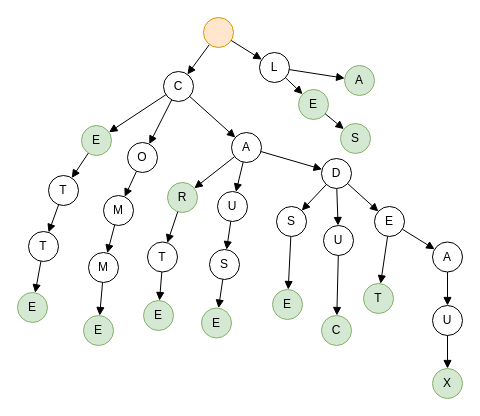
Above: docs/assets/images/trie.drawio in heig-tin-info/handbook (draw.io), before the change. Source tidied: cells renumbered, new cells numbered last; positions are measured from the earlier drawing's top-left corner, leaving out a move shared by most shapes. Both pictures are drawn from the tidied source at 100%, with x=0, y=0 at pixel (17, 17).
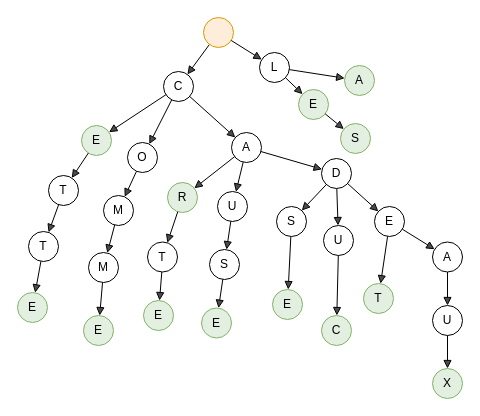
The same page after the edit.

What changed in the source:
```diff
@@
-    <mxCell id="2" style="endArrow=block;html=1;rounded=0;endFill=1;" parent="1" edge="1" source="3" target="4">
+    <mxCell id="2" style="endArrow=block;html=1;rounded=0;endFill=1;fillOpacity=70;" parent="1" edge="1" source="3" target="4">
       <mxGeometry relative="1" as="geometry" />
     </mxCell>
-    <mxCell id="3" style="ellipse;whiteSpace=wrap;html=1;fillColor=#ffe6cc;strokeColor=#d79b00;" parent="1" vertex="1">
+    <mxCell id="3" style="ellipse;whiteSpace=wrap;html=1;fillColor=#ffe6cc;strokeColor=#d79b00;fillOpacity=70;" parent="1" vertex="1">
       <mxGeometry x="186" width="30" height="30" as="geometry" />
     </mxCell>
-    <mxCell id="4" value="C" style="ellipse;whiteSpace=wrap;html=1;" parent="1" vertex="1">
+    <mxCell id="4" value="C" style="ellipse;whiteSpace=wrap;html=1;fillColor=none;fillOpacity=70;" parent="1" vertex="1">
       <mxGeometry x="146" y="54" width="30" height="30" as="geometry" />
     </mxCell>
-    <mxCell id="5" value="E" style="ellipse;whiteSpace=wrap;html=1;fillColor=#d5e8d4;strokeColor=#82b366;" parent="1" vertex="1">
+    <mxCell id="5" value="E" style="ellipse;whiteSpace=wrap;html=1;fillColor=#d5e8d4;strokeColor=#82b366;fillOpacity=70;" parent="1" vertex="1">
       <mxGeometry x="64" y="108" width="30" height="30" as="geometry" />
     </mxCell>
-    <mxCell id="6" value="O" style="ellipse;whiteSpace=wrap;html=1;" parent="1" vertex="1">
+    <mxCell id="6" value="O" style="ellipse;whiteSpace=wrap;html=1;fillColor=none;fillOpacity=70;" parent="1" vertex="1">
       <mxGeometry x="110" y="125" width="30" height="30" as="geometry" />
     </mxCell>
-    <mxCell id="7" value="A" style="ellipse;whiteSpace=wrap;html=1;" parent="1" vertex="1">
+    <mxCell id="7" value="A" style="ellipse;whiteSpace=wrap;html=1;fillColor=none;fillOpacity=70;" parent="1" vertex="1">
       <mxGeometry x="214" y="115" width="30" height="30" as="geometry" />
     </mxCell>
-    <mxCell id="8" value="E" style="ellipse;whiteSpace=wrap;html=1;fillColor=#d5e8d4;strokeColor=#82b366;" parent="1" vertex="1">
+    <mxCell id="8" value="E" style="ellipse;whiteSpace=wrap;html=1;fillColor=#d5e8d4;strokeColor=#82b366;fillOpacity=70;" parent="1" vertex="1">
       <mxGeometry y="275" width="30" height="30" as="geometry" />
     </mxCell>
-    <mxCell id="9" value="T" style="ellipse;whiteSpace=wrap;html=1;" parent="1" vertex="1">
+    <mxCell id="9" value="T" style="ellipse;whiteSpace=wrap;html=1;fillColor=none;fillOpacity=70;" parent="1" vertex="1">
       <mxGeometry x="31" y="158" width="30" height="30" as="geometry" />
     </mxCell>
-    <mxCell id="10" value="T" style="ellipse;whiteSpace=wrap;html=1;" parent="1" vertex="1">
+    <mxCell id="10" value="T" style="ellipse;whiteSpace=wrap;html=1;fillColor=none;fillOpacity=70;" parent="1" vertex="1">
       <mxGeometry x="11" y="214" width="30" height="30" as="geometry" />
     </mxCell>
-    <mxCell id="11" style="endArrow=block;html=1;rounded=0;endFill=1;" parent="1" edge="1" source="4" target="5">
+    <mxCell id="11" style="endArrow=block;html=1;rounded=0;endFill=1;fillOpacity=70;" parent="1" edge="1" source="4" target="5">
       <mxGeometry relative="1" as="geometry" />
     </mxCell>
-    <mxCell id="12" style="endArrow=block;html=1;rounded=0;endFill=1;" parent="1" edge="1" source="5" target="9">
+    <mxCell id="12" style="endArrow=block;html=1;rounded=0;endFill=1;fillOpacity=70;" parent="1" edge="1" source="5" target="9">
       <mxGeometry relative="1" as="geometry" />
     </mxCell>
-    <mxCell id="13" style="endArrow=block;html=1;rounded=0;endFill=1;" parent="1" edge="1" source="9" target="10">
+    <mxCell id="13" style="endArrow=block;html=1;rounded=0;endFill=1;fillOpacity=70;" parent="1" edge="1" source="9" target="10">
       <mxGeometry relative="1" as="geometry" />
     </mxCell>
-    <mxCell id="14" style="endArrow=block;html=1;rounded=0;endFill=1;" parent="1" edge="1" source="10" target="8">
+    <mxCell id="14" style="endArrow=block;html=1;rounded=0;endFill=1;fillOpacity=70;" parent="1" edge="1" source="10" target="8">
       <mxGeometry relative="1" as="geometry" />
     </mxCell>
-    <mxCell id="15" value="E" style="ellipse;whiteSpace=wrap;html=1;fillColor=#d5e8d4;strokeColor=#82b366;" parent="1" vertex="1">
+    <mxCell id="15" value="E" style="ellipse;whiteSpace=wrap;html=1;fillColor=#d5e8d4;strokeColor=#82b366;fillOpacity=70;" parent="1" vertex="1">
       <mxGeometry x="66" y="298" width="30" height="30" as="geometry" />
     </mxCell>
-    <mxCell id="16" value="M" style="ellipse;whiteSpace=wrap;html=1;" parent="1" vertex="1">
+    <mxCell id="16" value="M" style="ellipse;whiteSpace=wrap;html=1;fillColor=none;fillOpacity=70;" parent="1" vertex="1">
       <mxGeometry x="86" y="178" width="30" height="30" as="geometry" />
     </mxCell>
-    <mxCell id="17" value="M" style="ellipse;whiteSpace=wrap;html=1;" parent="1" vertex="1">
+    <mxCell id="17" value="M" style="ellipse;whiteSpace=wrap;html=1;fillColor=none;fillOpacity=70;" parent="1" vertex="1">
       <mxGeometry x="71" y="235" width="30" height="30" as="geometry" />
     </mxCell>
-    <mxCell id="18" style="endArrow=block;html=1;rounded=0;endFill=1;" parent="1" edge="1" source="6" target="16">
+    <mxCell id="18" style="endArrow=block;html=1;rounded=0;endFill=1;fillOpacity=70;" parent="1" edge="1" source="6" target="16">
       <mxGeometry relative="1" as="geometry" />
     </mxCell>
-    <mxCell id="19" style="endArrow=block;html=1;rounded=0;endFill=1;" parent="1" edge="1" source="16" target="17">
+    <mxCell id="19" style="endArrow=block;html=1;rounded=0;endFill=1;fillOpacity=70;" parent="1" edge="1" source="16" target="17">
       <mxGeometry relative="1" as="geometry" />
     </mxCell>
-    <mxCell id="20" style="endArrow=block;html=1;rounded=0;endFill=1;" parent="1" edge="1" source="17" target="15">
+    <mxCell id="20" style="endArrow=block;html=1;rounded=0;endFill=1;fillOpacity=70;" parent="1" edge="1" source="17" target="15">
       <mxGeometry relative="1" as="geometry" />
     </mxCell>
-    <mxCell id="21" style="endArrow=block;html=1;rounded=0;endFill=1;" parent="1" edge="1" source="4" target="6">
+    <mxCell id="21" style="endArrow=block;html=1;rounded=0;endFill=1;fillOpacity=70;" parent="1" edge="1" source="4" target="6">
       <mxGeometry relative="1" as="geometry" />
     </mxCell>
-    <mxCell id="22" value="E" style="ellipse;whiteSpace=wrap;html=1;fillColor=#d5e8d4;strokeColor=#82b366;" parent="1" vertex="1">
+    <mxCell id="22" value="E" style="ellipse;whiteSpace=wrap;html=1;fillColor=#d5e8d4;strokeColor=#82b366;fillOpacity=70;" parent="1" vertex="1">
       <mxGeometry x="126" y="283" width="30" height="30" as="geometry" />
     </mxCell>
-    <mxCell id="23" value="R" style="ellipse;whiteSpace=wrap;html=1;fillColor=#d5e8d4;strokeColor=#82b366;" parent="1" vertex="1">
+    <mxCell id="23" value="R" style="ellipse;whiteSpace=wrap;html=1;fillColor=#d5e8d4;strokeColor=#82b366;fillOpacity=70;" parent="1" vertex="1">
       <mxGeometry x="150" y="165" width="30" height="30" as="geometry" />
     </mxCell>
-    <mxCell id="24" value="T" style="ellipse;whiteSpace=wrap;html=1;" parent="1" vertex="1">
+    <mxCell id="24" value="T" style="ellipse;whiteSpace=wrap;html=1;fillColor=none;fillOpacity=70;" parent="1" vertex="1">
       <mxGeometry x="130" y="224.5" width="30" height="30" as="geometry" />
     </mxCell>
-    <mxCell id="25" style="endArrow=block;html=1;rounded=0;endFill=1;" parent="1" edge="1" source="7" target="23">
+    <mxCell id="25" style="endArrow=block;html=1;rounded=0;endFill=1;fillOpacity=70;" parent="1" edge="1" source="7" target="23">
       <mxGeometry relative="1" as="geometry" />
     </mxCell>
-    <mxCell id="26" style="endArrow=block;html=1;rounded=0;endFill=1;" parent="1" edge="1" source="23" target="24">
+    <mxCell id="26" style="endArrow=block;html=1;rounded=0;endFill=1;fillOpacity=70;" parent="1" edge="1" source="23" target="24">
       <mxGeometry relative="1" as="geometry" />
     </mxCell>
-    <mxCell id="27" style="endArrow=block;html=1;rounded=0;endFill=1;" parent="1" edge="1" source="24" target="22">
+    <mxCell id="27" style="endArrow=block;html=1;rounded=0;endFill=1;fillOpacity=70;" parent="1" edge="1" source="24" target="22">
       <mxGeometry relative="1" as="geometry" />
     </mxCell>
-    <mxCell id="28" style="endArrow=block;html=1;rounded=0;endFill=1;" parent="1" edge="1" source="4" target="7">
+    <mxCell id="28" style="endArrow=block;html=1;rounded=0;endFill=1;fillOpacity=70;" parent="1" edge="1" source="4" target="7">
       <mxGeometry relative="1" as="geometry" />
     </mxCell>
-    <mxCell id="29" value="E" style="ellipse;whiteSpace=wrap;html=1;fillColor=#d5e8d4;strokeColor=#82b366;" parent="1" vertex="1">
+    <mxCell id="29" value="E" style="ellipse;whiteSpace=wrap;html=1;fillColor=#d5e8d4;strokeColor=#82b366;fillOpacity=70;" parent="1" vertex="1">
       <mxGeometry x="184" y="290.5" width="30" height="30" as="geometry" />
     </mxCell>
-    <mxCell id="30" value="U" style="ellipse;whiteSpace=wrap;html=1;" parent="1" vertex="1">
+    <mxCell id="30" value="U" style="ellipse;whiteSpace=wrap;html=1;fillColor=none;fillOpacity=70;" parent="1" vertex="1">
       <mxGeometry x="200" y="174" width="30" height="30" as="geometry" />
     </mxCell>
-    <mxCell id="31" value="S" style="ellipse;whiteSpace=wrap;html=1;" parent="1" vertex="1">
+    <mxCell id="31" value="S" style="ellipse;whiteSpace=wrap;html=1;fillColor=none;fillOpacity=70;" parent="1" vertex="1">
       <mxGeometry x="192" y="232" width="30" height="30" as="geometry" />
     </mxCell>
-    <mxCell id="32" style="endArrow=block;html=1;rounded=0;endFill=1;" parent="1" edge="1" source="7" target="30">
+    <mxCell id="32" style="endArrow=block;html=1;rounded=0;endFill=1;fillOpacity=70;" parent="1" edge="1" source="7" target="30">
       <mxGeometry relative="1" as="geometry" />
     </mxCell>
-    <mxCell id="33" style="endArrow=block;html=1;rounded=0;endFill=1;" parent="1" edge="1" source="30" target="31">
+    <mxCell id="33" style="endArrow=block;html=1;rounded=0;endFill=1;fillOpacity=70;" parent="1" edge="1" source="30" target="31">
       <mxGeometry relative="1" as="geometry" />
     </mxCell>
-    <mxCell id="34" style="endArrow=block;html=1;rounded=0;endFill=1;" parent="1" edge="1" source="31" target="29">
+    <mxCell id="34" style="endArrow=block;html=1;rounded=0;endFill=1;fillOpacity=70;" parent="1" edge="1" source="31" target="29">
       <mxGeometry relative="1" as="geometry" />
     </mxCell>
-    <mxCell id="35" value="E" style="ellipse;whiteSpace=wrap;html=1;fillColor=#d5e8d4;strokeColor=#82b366;" parent="1" vertex="1">
+    <mxCell id="35" value="E" style="ellipse;whiteSpace=wrap;html=1;fillColor=#d5e8d4;strokeColor=#82b366;fillOpacity=70;" parent="1" vertex="1">
       <mxGeometry x="255" y="272" width="30" height="30" as="geometry" />
     </mxCell>
-    <mxCell id="36" value="D" style="ellipse;whiteSpace=wrap;html=1;" parent="1" vertex="1">
+    <mxCell id="36" value="D" style="ellipse;whiteSpace=wrap;html=1;fillColor=none;fillOpacity=70;" parent="1" vertex="1">
       <mxGeometry x="304" y="141" width="30" height="30" as="geometry" />
     </mxCell>
-    <mxCell id="37" value="S" style="ellipse;whiteSpace=wrap;html=1;" parent="1" vertex="1">
+    <mxCell id="37" value="S" style="ellipse;whiteSpace=wrap;html=1;fillColor=none;fillOpacity=70;" parent="1" vertex="1">
       <mxGeometry x="259" y="189" width="30" height="30" as="geometry" />
     </mxCell>
-    <mxCell id="38" style="endArrow=block;html=1;rounded=0;endFill=1;" parent="1" edge="1" source="7" target="36">
+    <mxCell id="38" style="endArrow=block;html=1;rounded=0;endFill=1;fillOpacity=70;" parent="1" edge="1" source="7" target="36">
       <mxGeometry relative="1" as="geometry" />
     </mxCell>
-    <mxCell id="39" style="endArrow=block;html=1;rounded=0;endFill=1;" parent="1" edge="1" source="36" target="37">
+    <mxCell id="39" style="endArrow=block;html=1;rounded=0;endFill=1;fillOpacity=70;" parent="1" edge="1" source="36" target="37">
       <mxGeometry relative="1" as="geometry" />
     </mxCell>
-    <mxCell id="40" style="endArrow=block;html=1;rounded=0;endFill=1;" parent="1" edge="1" source="37" target="35">
+    <mxCell id="40" style="endArrow=block;html=1;rounded=0;endFill=1;fillOpacity=70;" parent="1" edge="1" source="37" target="35">
       <mxGeometry relative="1" as="geometry" />
     </mxCell>
-    <mxCell id="41" value="C" style="ellipse;whiteSpace=wrap;html=1;fillColor=#d5e8d4;strokeColor=#82b366;" parent="1" vertex="1">
+    <mxCell id="41" value="C" style="ellipse;whiteSpace=wrap;html=1;fillColor=#d5e8d4;strokeColor=#82b366;fillOpacity=70;" parent="1" vertex="1">
       <mxGeometry x="304" y="298" width="30" height="30" as="geometry" />
     </mxCell>
-    <mxCell id="42" value="U" style="ellipse;whiteSpace=wrap;html=1;" parent="1" vertex="1">
+    <mxCell id="42" value="U" style="ellipse;whiteSpace=wrap;html=1;fillColor=none;fillOpacity=70;" parent="1" vertex="1">
       <mxGeometry x="306" y="208" width="30" height="30" as="geometry" />
     </mxCell>
-    <mxCell id="43" style="endArrow=block;html=1;rounded=0;endFill=1;" parent="1" edge="1" source="36" target="42">
+    <mxCell id="43" style="endArrow=block;html=1;rounded=0;endFill=1;fillOpacity=70;" parent="1" edge="1" source="36" target="42">
       <mxGeometry relative="1" as="geometry" />
     </mxCell>
-    <mxCell id="44" style="endArrow=block;html=1;rounded=0;endFill=1;" parent="1" edge="1" source="42" target="41">
+    <mxCell id="44" style="endArrow=block;html=1;rounded=0;endFill=1;fillOpacity=70;" parent="1" edge="1" source="42" target="41">
       <mxGeometry relative="1" as="geometry" />
     </mxCell>
-    <mxCell id="45" value="T" style="ellipse;whiteSpace=wrap;html=1;fillColor=#d5e8d4;strokeColor=#82b366;" parent="1" vertex="1">
+    <mxCell id="45" value="T" style="ellipse;whiteSpace=wrap;html=1;fillColor=#d5e8d4;strokeColor=#82b366;fillOpacity=70;" parent="1" vertex="1">
       <mxGeometry x="346" y="266" width="30" height="30" as="geometry" />
     </mxCell>
-    <mxCell id="46" value="E" style="ellipse;whiteSpace=wrap;html=1;" parent="1" vertex="1">
+    <mxCell id="46" value="E" style="ellipse;whiteSpace=wrap;html=1;fillColor=none;fillOpacity=70;" parent="1" vertex="1">
       <mxGeometry x="357" y="189" width="30" height="30" as="geometry" />
     </mxCell>
-    <mxCell id="47" style="endArrow=block;html=1;rounded=0;endFill=1;" parent="1" edge="1" source="36" target="46">
+    <mxCell id="47" style="endArrow=block;html=1;rounded=0;endFill=1;fillOpacity=70;" parent="1" edge="1" source="36" target="46">
       <mxGeometry relative="1" as="geometry" />
     </mxCell>
-    <mxCell id="48" style="endArrow=block;html=1;rounded=0;endFill=1;" parent="1" edge="1" source="46" target="45">
+    <mxCell id="48" style="endArrow=block;html=1;rounded=0;endFill=1;fillOpacity=70;" parent="1" edge="1" source="46" target="45">
       <mxGeometry relative="1" as="geometry" />
     </mxCell>
-    <mxCell id="49" style="endArrow=block;html=1;rounded=0;endFill=1;" parent="1" edge="1" source="3" target="50">
+    <mxCell id="49" style="endArrow=block;html=1;rounded=0;endFill=1;fillOpacity=70;" parent="1" edge="1" source="3" target="50">
       <mxGeometry relative="1" as="geometry" />
     </mxCell>
-    <mxCell id="50" value="L" style="ellipse;whiteSpace=wrap;html=1;" parent="1" vertex="1">
+    <mxCell id="50" value="L" style="ellipse;whiteSpace=wrap;html=1;fillColor=none;fillOpacity=70;" parent="1" vertex="1">
       <mxGeometry x="242" y="35" width="30" height="30" as="geometry" />
     </mxCell>
-    <mxCell id="51" value="E" style="ellipse;whiteSpace=wrap;html=1;fillColor=#d5e8d4;strokeColor=#82b366;" parent="1" vertex="1">
+    <mxCell id="51" value="E" style="ellipse;whiteSpace=wrap;html=1;fillColor=#d5e8d4;strokeColor=#82b366;fillOpacity=70;" parent="1" vertex="1">
       <mxGeometry x="281" y="72" width="30" height="30" as="geometry" />
     </mxCell>
-    <mxCell id="52" style="endArrow=block;html=1;rounded=0;endFill=1;" parent="1" edge="1" source="50" target="51">
+    <mxCell id="52" style="endArrow=block;html=1;rounded=0;endFill=1;fillOpacity=70;" parent="1" edge="1" source="50" target="51">
       <mxGeometry relative="1" as="geometry" />
     </mxCell>
-    <mxCell id="53" value="X" style="ellipse;whiteSpace=wrap;html=1;fillColor=#d5e8d4;strokeColor=#82b366;" parent="1" vertex="1">
+    <mxCell id="53" value="X" style="ellipse;whiteSpace=wrap;html=1;fillColor=#d5e8d4;strokeColor=#82b366;fillOpacity=70;" parent="1" vertex="1">
       <mxGeometry x="415" y="351" width="30" height="30" as="geometry" />
     </mxCell>
-    <mxCell id="54" value="A" style="ellipse;whiteSpace=wrap;html=1;" parent="1" vertex="1">
+    <mxCell id="54" value="A" style="ellipse;whiteSpace=wrap;html=1;fillColor=none;fillOpacity=70;" parent="1" vertex="1">
       <mxGeometry x="415" y="224.5" width="30" height="30" as="geometry" />
     </mxCell>
-    <mxCell id="55" value="U" style="ellipse;whiteSpace=wrap;html=1;" parent="1" vertex="1">
+    <mxCell id="55" value="U" style="ellipse;whiteSpace=wrap;html=1;fillColor=none;fillOpacity=70;" parent="1" vertex="1">
       <mxGeometry x="415" y="288" width="30" height="30" as="geometry" />
     </mxCell>
-    <mxCell id="56" style="endArrow=block;html=1;rounded=0;endFill=1;" parent="1" edge="1" source="46" target="54">
+    <mxCell id="56" style="endArrow=block;html=1;rounded=0;endFill=1;fillOpacity=70;" parent="1" edge="1" source="46" target="54">
       <mxGeometry relative="1" as="geometry" />
     </mxCell>
-    <mxCell id="57" style="endArrow=block;html=1;rounded=0;endFill=1;" parent="1" edge="1" source="54" target="55">
+    <mxCell id="57" style="endArrow=block;html=1;rounded=0;endFill=1;fillOpacity=70;" parent="1" edge="1" source="54" target="55">
       <mxGeometry relative="1" as="geometry" />
     </mxCell>
-    <mxCell id="58" style="endArrow=block;html=1;rounded=0;endFill=1;" parent="1" edge="1" source="55" target="53">
+    <mxCell id="58" style="endArrow=block;html=1;rounded=0;endFill=1;fillOpacity=70;" parent="1" edge="1" source="55" target="53">
       <mxGeometry relative="1" as="geometry" />
     </mxCell>
-    <mxCell id="59" value="A" style="ellipse;whiteSpace=wrap;html=1;fillColor=#d5e8d4;strokeColor=#82b366;" parent="1" vertex="1">
+    <mxCell id="59" value="A" style="ellipse;whiteSpace=wrap;html=1;fillColor=#d5e8d4;strokeColor=#82b366;fillOpacity=70;" parent="1" vertex="1">
       <mxGeometry x="327" y="48" width="30" height="30" as="geometry" />
     </mxCell>
-    <mxCell id="60" style="endArrow=block;html=1;rounded=0;endFill=1;" parent="1" edge="1" source="50" target="59">
+    <mxCell id="60" style="endArrow=block;html=1;rounded=0;endFill=1;fillOpacity=70;" parent="1" edge="1" source="50" target="59">
       <mxGeometry relative="1" as="geometry" />
     </mxCell>
-    <mxCell id="61" value="S" style="ellipse;whiteSpace=wrap;html=1;fillColor=#d5e8d4;strokeColor=#82b366;" parent="1" vertex="1">
+    <mxCell id="61" value="S" style="ellipse;whiteSpace=wrap;html=1;fillColor=#d5e8d4;strokeColor=#82b366;fillOpacity=70;" parent="1" vertex="1">
       <mxGeometry x="323" y="106" width="30" height="30" as="geometry" />
     </mxCell>
-    <mxCell id="62" style="endArrow=block;html=1;rounded=0;endFill=1;" parent="1" edge="1" source="51" target="61">
+    <mxCell id="62" style="endArrow=block;html=1;rounded=0;endFill=1;fillOpacity=70;" parent="1" edge="1" source="51" target="61">
       <mxGeometry relative="1" as="geometry" />
     </mxCell>
```
